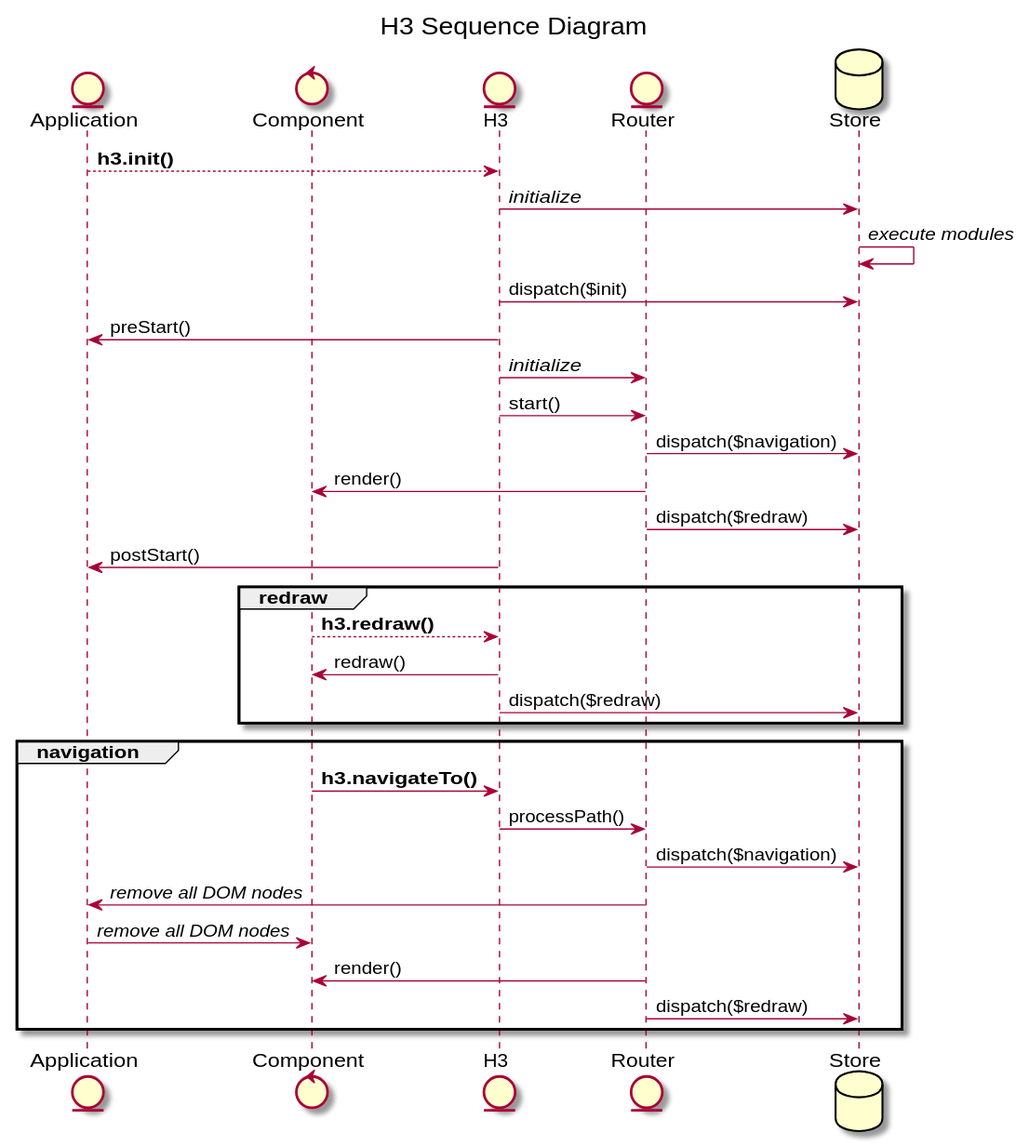
Earlier version of the PlantUML export docs/images/h3.sequence.svg (h3rald/h3).
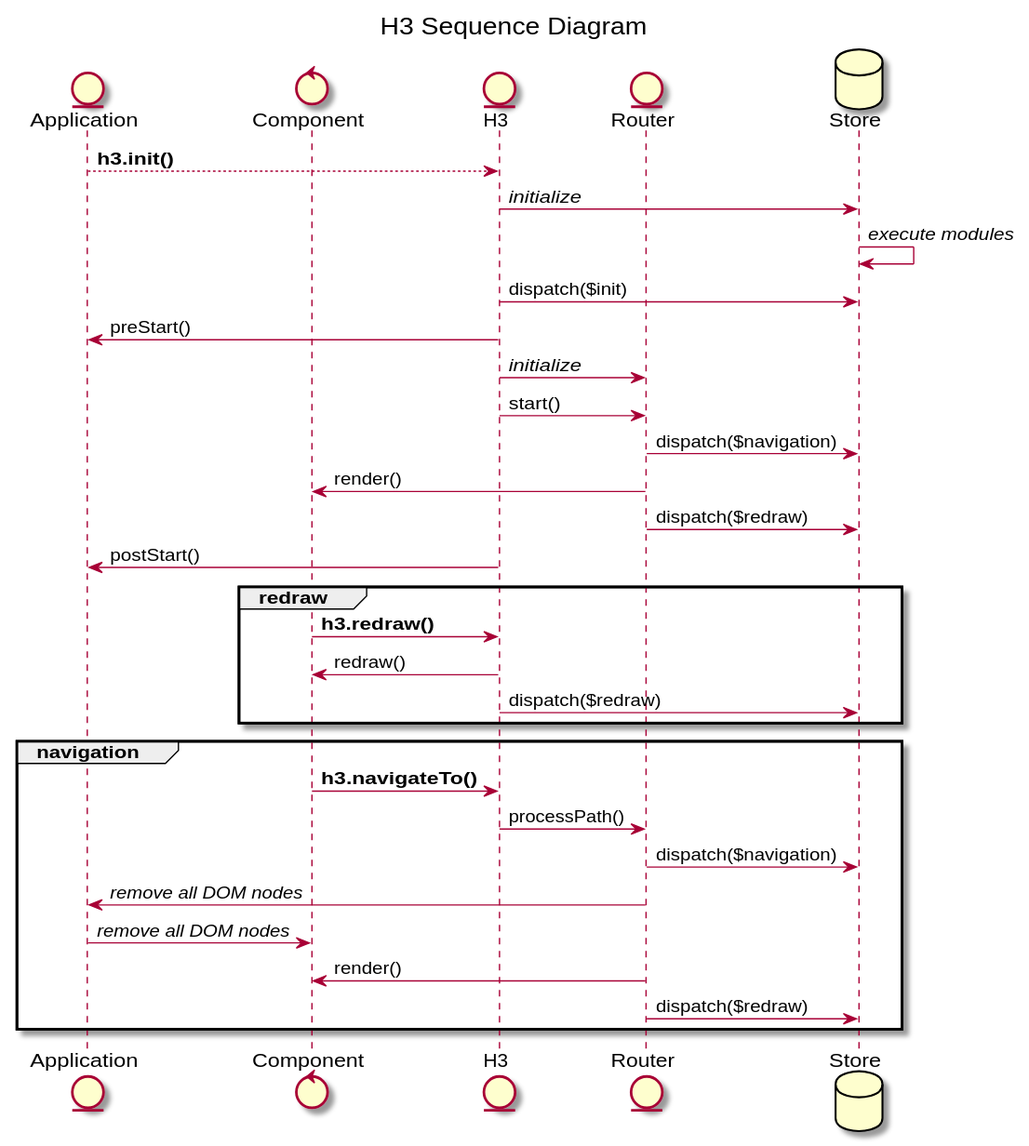
After the change.

Change to the diagram source:
```diff
@@ -21,7 +21,7 @@
 H3 -> Application : postStart()
 
 group redraw
-    Component --> H3 : <b>h3.redraw()</b>
+    Component -> H3 : <b>h3.redraw()</b>
     H3 -> Component : redraw()
     H3 -> Store: dispatch($redraw)
 end
```
